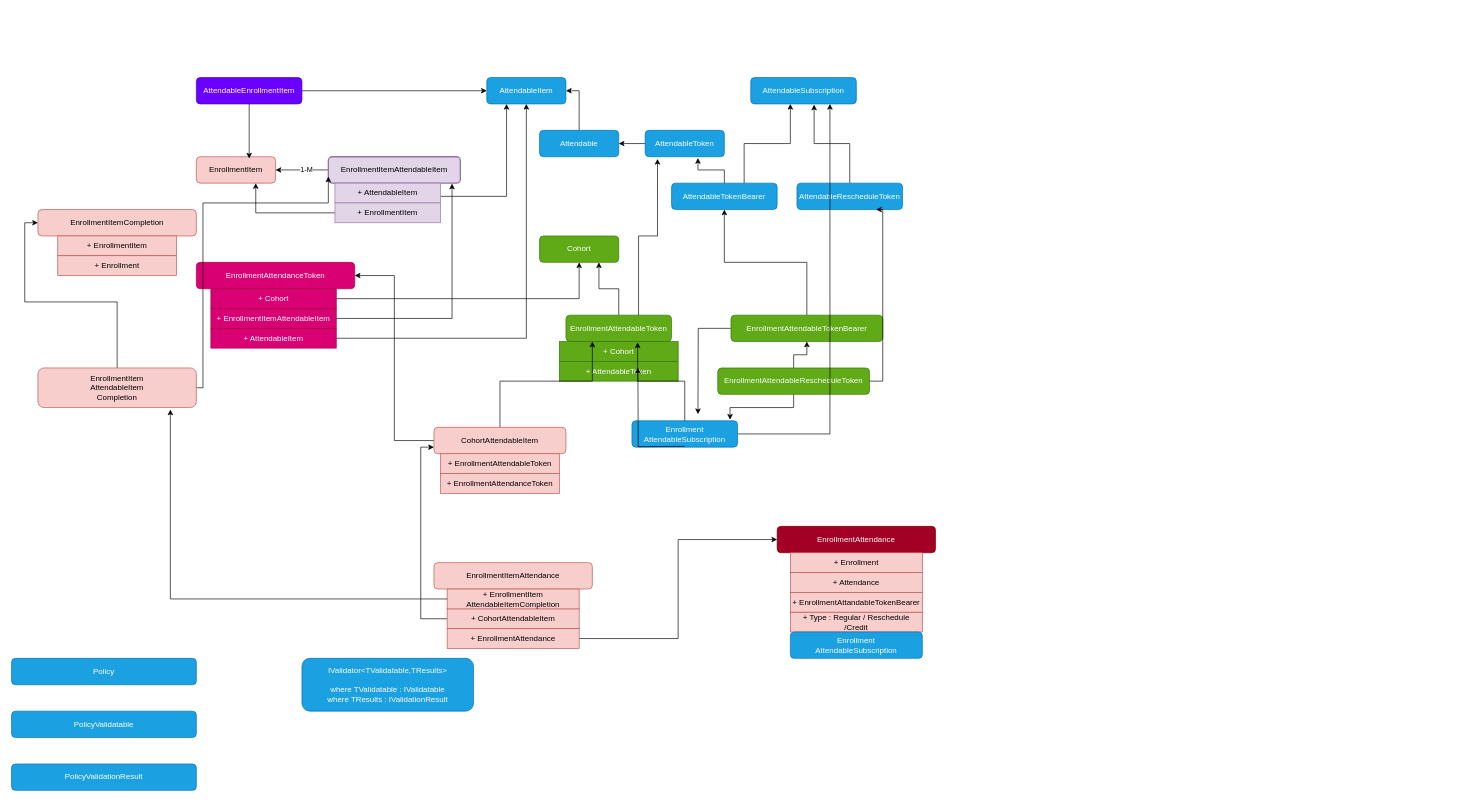
This is Enrolla.drawio from nana-essah/data-abstractions, a draw.io file, before an edit. Source tidied: cells renumbered, new cells numbered last; positions are measured from the earlier drawing's top-left corner, leaving out a move shared by most shapes. Both pictures are drawn from the tidied source at 66%, with x=0, y=0 at pixel (11, 77).
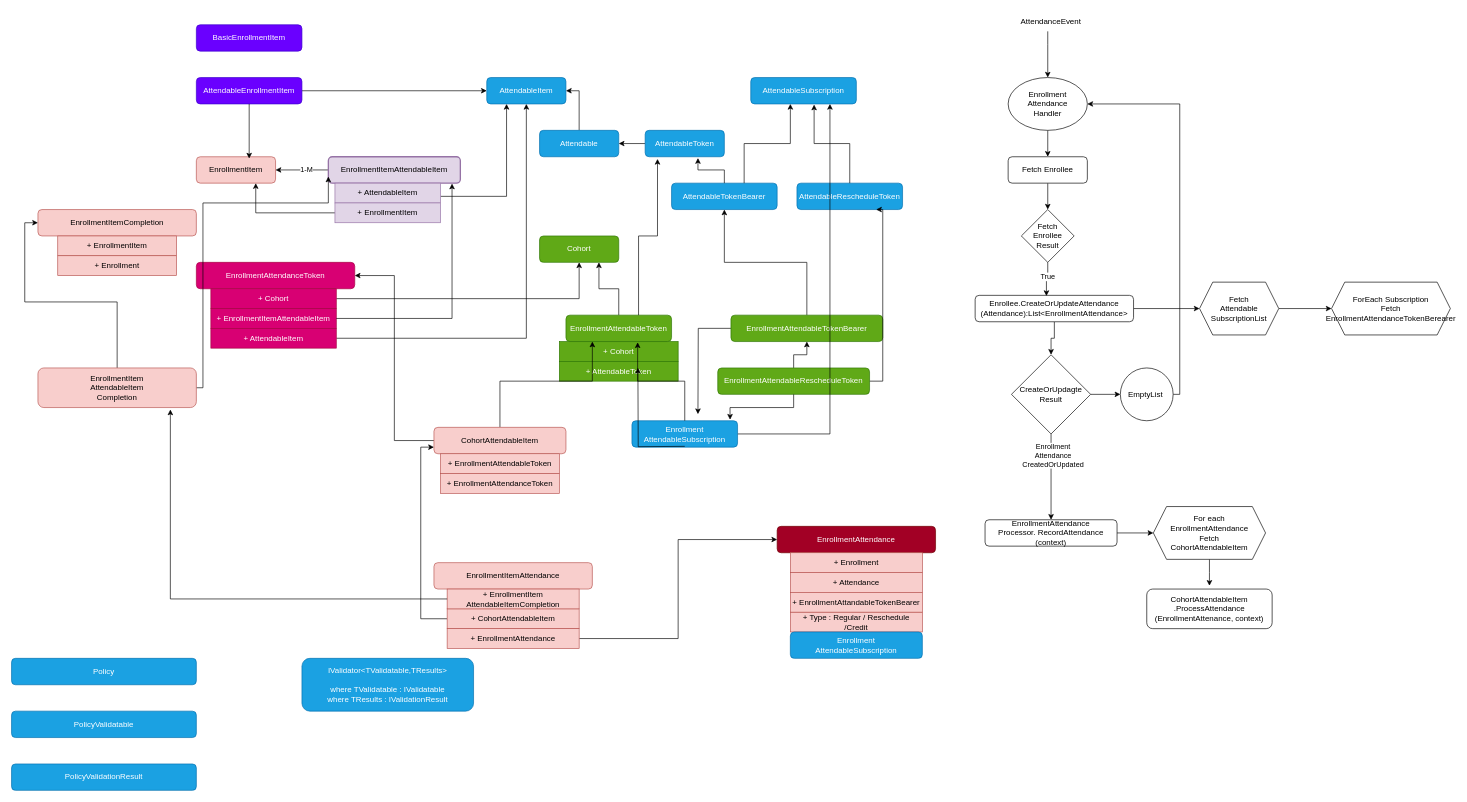
After the change.

The edit, as a diff of the source:
```diff
@@
+    <mxCell id="76" value="BasicEnrollmentItem" style="rounded=1;whiteSpace=wrap;html=1;fillColor=#6a00ff;fontColor=#ffffff;strokeColor=#3700CC;" parent="1" vertex="1">
+      <mxGeometry x="280" y="-80" width="160" height="40" as="geometry" />
+    </mxCell>
+    <mxCell id="77" style="edgeStyle=orthogonalEdgeStyle;rounded=0;jettySize=auto;html=1;entryX=0.5;entryY=0;entryDx=0;entryDy=0;" parent="1" edge="1" source="78" target="82">
+      <mxGeometry relative="1" as="geometry" />
+    </mxCell>
+    <mxCell id="78" value="&lt;div&gt;Enrollment&lt;/div&gt;&lt;div&gt;Attendance&lt;/div&gt;&lt;div&gt;Handler&lt;/div&gt;" style="ellipse;whiteSpace=wrap;html=1;" parent="1" vertex="1">
+      <mxGeometry x="1510" width="120" height="80" as="geometry" />
+    </mxCell>
+    <mxCell id="79" style="edgeStyle=orthogonalEdgeStyle;rounded=0;jettySize=auto;html=1;entryX=0.5;entryY=0;entryDx=0;entryDy=0;" parent="1" edge="1" source="80" target="78">
+      <mxGeometry relative="1" as="geometry">
+        <Array as="points">
+          <mxPoint x="1570" y="-50" />
+          <mxPoint x="1570" y="-50" />
+        </Array>
+      </mxGeometry>
+    </mxCell>
+    <mxCell id="80" value="AttendanceEvent" style="text;html=1;align=center;verticalAlign=middle;whiteSpace=wrap;rounded=0;" parent="1" vertex="1">
+      <mxGeometry x="1520" y="-100" width="110" height="30" as="geometry" />
+    </mxCell>
+    <mxCell id="81" style="edgeStyle=orthogonalEdgeStyle;rounded=0;jettySize=auto;html=1;entryX=0.5;entryY=0;entryDx=0;entryDy=0;" parent="1" edge="1" source="82" target="83">
+      <mxGeometry relative="1" as="geometry" />
+    </mxCell>
+    <mxCell id="82" value="Fetch Enrollee" style="rounded=1;whiteSpace=wrap;html=1;" parent="1" vertex="1">
+      <mxGeometry x="1510" y="120" width="120" height="40" as="geometry" />
+    </mxCell>
+    <mxCell id="83" value="&lt;div&gt;Fetch&lt;/div&gt;&lt;div&gt;Enrollee&lt;/div&gt;&lt;div&gt;Result&lt;/div&gt;" style="rhombus;whiteSpace=wrap;html=1;" parent="1" vertex="1">
+      <mxGeometry x="1530" y="200" width="80" height="80" as="geometry" />
+    </mxCell>
+    <mxCell id="84" style="edgeStyle=orthogonalEdgeStyle;rounded=0;jettySize=auto;html=1;entryX=0.5;entryY=0;entryDx=0;entryDy=0;" parent="1" edge="1" source="86" target="92">
+      <mxGeometry relative="1" as="geometry" />
+    </mxCell>
+    <mxCell id="85" style="edgeStyle=orthogonalEdgeStyle;rounded=0;jettySize=auto;html=1;" parent="1" edge="1" source="86" target="101">
+      <mxGeometry relative="1" as="geometry" />
+    </mxCell>
+    <mxCell id="86" value="&lt;div&gt;Enrollee.CreateOrUpdateAttendance&lt;/div&gt;&lt;div&gt;(Attendance):List&amp;lt;EnrollmentAttendance&amp;gt;&lt;/div&gt;" style="rounded=1;whiteSpace=wrap;html=1;" parent="1" vertex="1">
+      <mxGeometry x="1460" y="330" width="240" height="40" as="geometry" />
+    </mxCell>
+    <mxCell id="87" style="edgeStyle=orthogonalEdgeStyle;rounded=0;jettySize=auto;html=1;entryX=0.45;entryY=0.025;entryDx=0;entryDy=0;entryPerimeter=0;" parent="1" edge="1" source="83" target="86">
+      <mxGeometry relative="1" as="geometry" />
+    </mxCell>
+    <mxCell id="88" value="True" style="edgeLabel;html=1;align=center;verticalAlign=middle;" parent="87" vertex="1">
+      <mxGeometry x="-0.22" y="-1" relative="1" as="geometry" />
+    </mxCell>
+    <mxCell id="89" style="edgeStyle=orthogonalEdgeStyle;rounded=0;jettySize=auto;html=1;entryX=0.5;entryY=0;entryDx=0;entryDy=0;" parent="1" edge="1" source="92" target="94">
+      <mxGeometry relative="1" as="geometry" />
+    </mxCell>
+    <mxCell id="90" value="&lt;div&gt;Enrollment&lt;/div&gt;&lt;div&gt;Attendance&lt;/div&gt;&lt;div&gt;CreatedOrUpdated&lt;/div&gt;" style="edgeLabel;html=1;align=center;verticalAlign=middle;" parent="89" vertex="1">
+      <mxGeometry x="-0.51" y="2" relative="1" as="geometry" />
+    </mxCell>
+    <mxCell id="91" style="edgeStyle=orthogonalEdgeStyle;rounded=0;jettySize=auto;html=1;" parent="1" edge="1" source="92" target="96">
+      <mxGeometry relative="1" as="geometry" />
+    </mxCell>
+    <mxCell id="92" value="&lt;div&gt;CreateOrUpdagte&lt;/div&gt;&lt;div&gt;Result&lt;/div&gt;" style="rhombus;whiteSpace=wrap;html=1;" parent="1" vertex="1">
+      <mxGeometry x="1515" y="420" width="120" height="120" as="geometry" />
+    </mxCell>
+    <mxCell id="93" style="edgeStyle=orthogonalEdgeStyle;rounded=0;jettySize=auto;html=1;entryX=0;entryY=0.5;entryDx=0;entryDy=0;" parent="1" edge="1" source="94" target="98">
+      <mxGeometry relative="1" as="geometry" />
+    </mxCell>
+    <mxCell id="94" value="&lt;div&gt;EnrollmentAttendance&lt;/div&gt;&lt;div&gt;Processor. RecordAttendance (context)&lt;/div&gt;" style="rounded=1;whiteSpace=wrap;html=1;" parent="1" vertex="1">
+      <mxGeometry x="1475" y="670" width="200" height="40" as="geometry" />
+    </mxCell>
+    <mxCell id="95" style="edgeStyle=orthogonalEdgeStyle;rounded=0;jettySize=auto;html=1;entryX=1;entryY=0.5;entryDx=0;entryDy=0;" parent="1" edge="1" source="96" target="78">
+      <mxGeometry relative="1" as="geometry">
+        <Array as="points">
+          <mxPoint x="1770" y="480" />
+          <mxPoint x="1770" y="40" />
+        </Array>
+      </mxGeometry>
+    </mxCell>
+    <mxCell id="96" value="EmptyList&amp;nbsp;" style="ellipse;whiteSpace=wrap;html=1;" parent="1" vertex="1">
+      <mxGeometry x="1680" y="440" width="80" height="80" as="geometry" />
+    </mxCell>
+    <mxCell id="97" style="edgeStyle=orthogonalEdgeStyle;rounded=0;jettySize=auto;html=1;" parent="1" edge="1" source="98">
+      <mxGeometry relative="1" as="geometry">
+        <mxPoint x="1815" y="770" as="targetPoint" />
+      </mxGeometry>
+    </mxCell>
+    <mxCell id="98" value="&lt;div&gt;For each&lt;/div&gt;&lt;div&gt;EnrollmentAttendance&lt;/div&gt;&lt;div&gt;Fetch&lt;/div&gt;&lt;div&gt;CohortAttendableItem&lt;/div&gt;" style="shape=hexagon;perimeter=hexagonPerimeter2;whiteSpace=wrap;html=1;fixedSize=1;" parent="1" vertex="1">
+      <mxGeometry x="1730" y="650" width="170" height="80" as="geometry" />
+    </mxCell>
+    <mxCell id="99" value="&lt;div&gt;CohortAttendableItem&lt;/div&gt;&lt;div&gt;.ProcessAttendance&lt;/div&gt;&lt;div&gt;(EnrollmentAttenance, context)&lt;/div&gt;" style="rounded=1;whiteSpace=wrap;html=1;" parent="1" vertex="1">
+      <mxGeometry x="1720" y="775" width="190" height="60" as="geometry" />
+    </mxCell>
+    <mxCell id="100" style="edgeStyle=orthogonalEdgeStyle;rounded=0;jettySize=auto;html=1;" parent="1" edge="1" source="101" target="102">
+      <mxGeometry relative="1" as="geometry" />
+    </mxCell>
+    <mxCell id="101" value="&lt;div&gt;Fetch&lt;/div&gt;&lt;div&gt;Attendable&lt;/div&gt;&lt;div&gt;SubscriptionList&lt;/div&gt;" style="shape=hexagon;perimeter=hexagonPerimeter2;whiteSpace=wrap;html=1;fixedSize=1;" parent="1" vertex="1">
+      <mxGeometry x="1800" y="310" width="120" height="80" as="geometry" />
+    </mxCell>
+    <mxCell id="102" value="&lt;div&gt;ForEach Subscription&lt;/div&gt;&lt;div&gt;Fetch&lt;/div&gt;&lt;div&gt;EnrollmentAttendanceTokenBerearer&lt;/div&gt;" style="shape=hexagon;perimeter=hexagonPerimeter2;whiteSpace=wrap;html=1;fixedSize=1;" parent="1" vertex="1">
+      <mxGeometry x="2000" y="310" width="180" height="80" as="geometry" />
+    </mxCell>
```
